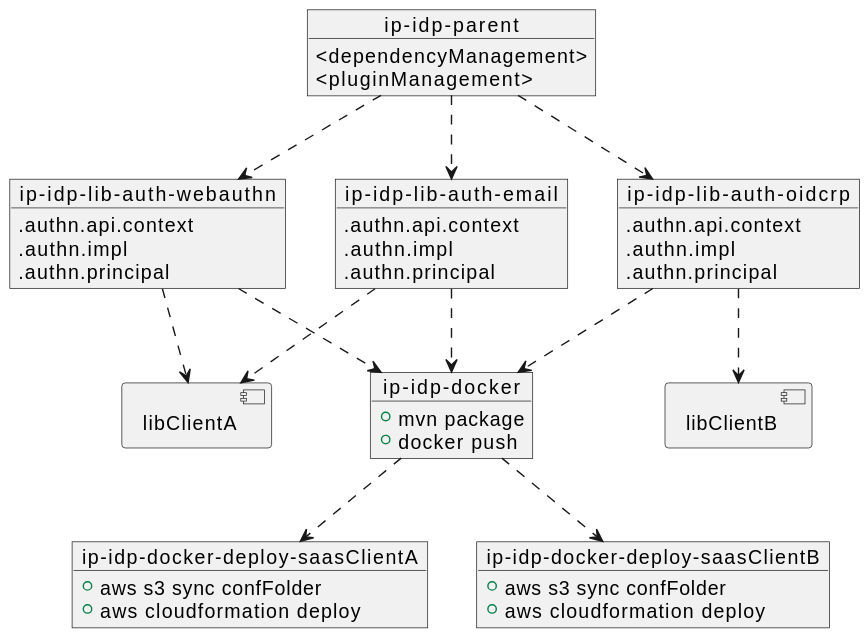
Above: assets/img/maven-project-layout.svg in Olevi-id/ip-idp-documentation (PlantUML), before the change. The source it was exported from:
```plantuml
@startuml maven-project-layout
allowmixing

object "ip-idp-parent" as parent {
    <dependencyManagement>
    <pluginManagement>
}

object "ip-idp-lib-auth-oidcrp" as lib1 {
    .authn.api.context
    .authn.impl
    .authn.principal
}

object "ip-idp-lib-auth-email" as lib2 {
    .authn.api.context
    .authn.impl
    .authn.principal
}

object "ip-idp-lib-auth-webauthn" as lib3 {
    .authn.api.context
    .authn.impl
    .authn.principal
}

object "ip-idp-docker" as docker {
    + mvn package
    + docker push
}
object "ip-idp-docker-deploy-saasClientA" as deploySaasA {
    + aws s3 sync confFolder
    + aws cloudformation deploy
}
object "ip-idp-docker-deploy-saasClientB" as deploySaasB {
    + aws s3 sync confFolder
    + aws cloudformation deploy
}

component libClientA
component libClientB

parent ..> lib1
parent ..> lib2
parent ..> lib3
lib1 ..> docker
lib2 ..> docker
lib3 ..> docker
lib1 ..> libClientB
lib2 ..> libClientA
lib3 ..> libClientA
docker ..> deploySaasA
docker ..> deploySaasB

@enduml
```
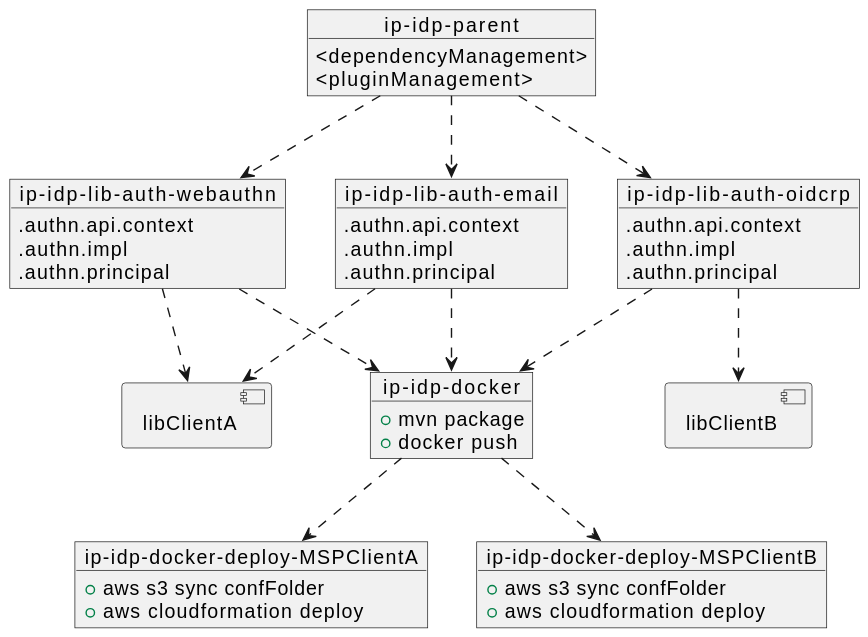
Above is the later version.

What changed in the source:
```diff
@@ -28,11 +28,11 @@
     + mvn package
     + docker push
 }
-object "ip-idp-docker-deploy-saasClientA" as deploySaasA {
+object "ip-idp-docker-deploy-MSPClientA" as deployMSPA {
     + aws s3 sync confFolder
     + aws cloudformation deploy
 }
-object "ip-idp-docker-deploy-saasClientB" as deploySaasB {
+object "ip-idp-docker-deploy-MSPClientB" as deployMSPB {
     + aws s3 sync confFolder
     + aws cloudformation deploy
 }
@@ -49,7 +49,7 @@
 lib1 ..> libClientB
 lib2 ..> libClientA
 lib3 ..> libClientA
-docker ..> deploySaasA
-docker ..> deploySaasB
+docker ..> deployMSPA
+docker ..> deployMSPB
 
 @enduml
```
